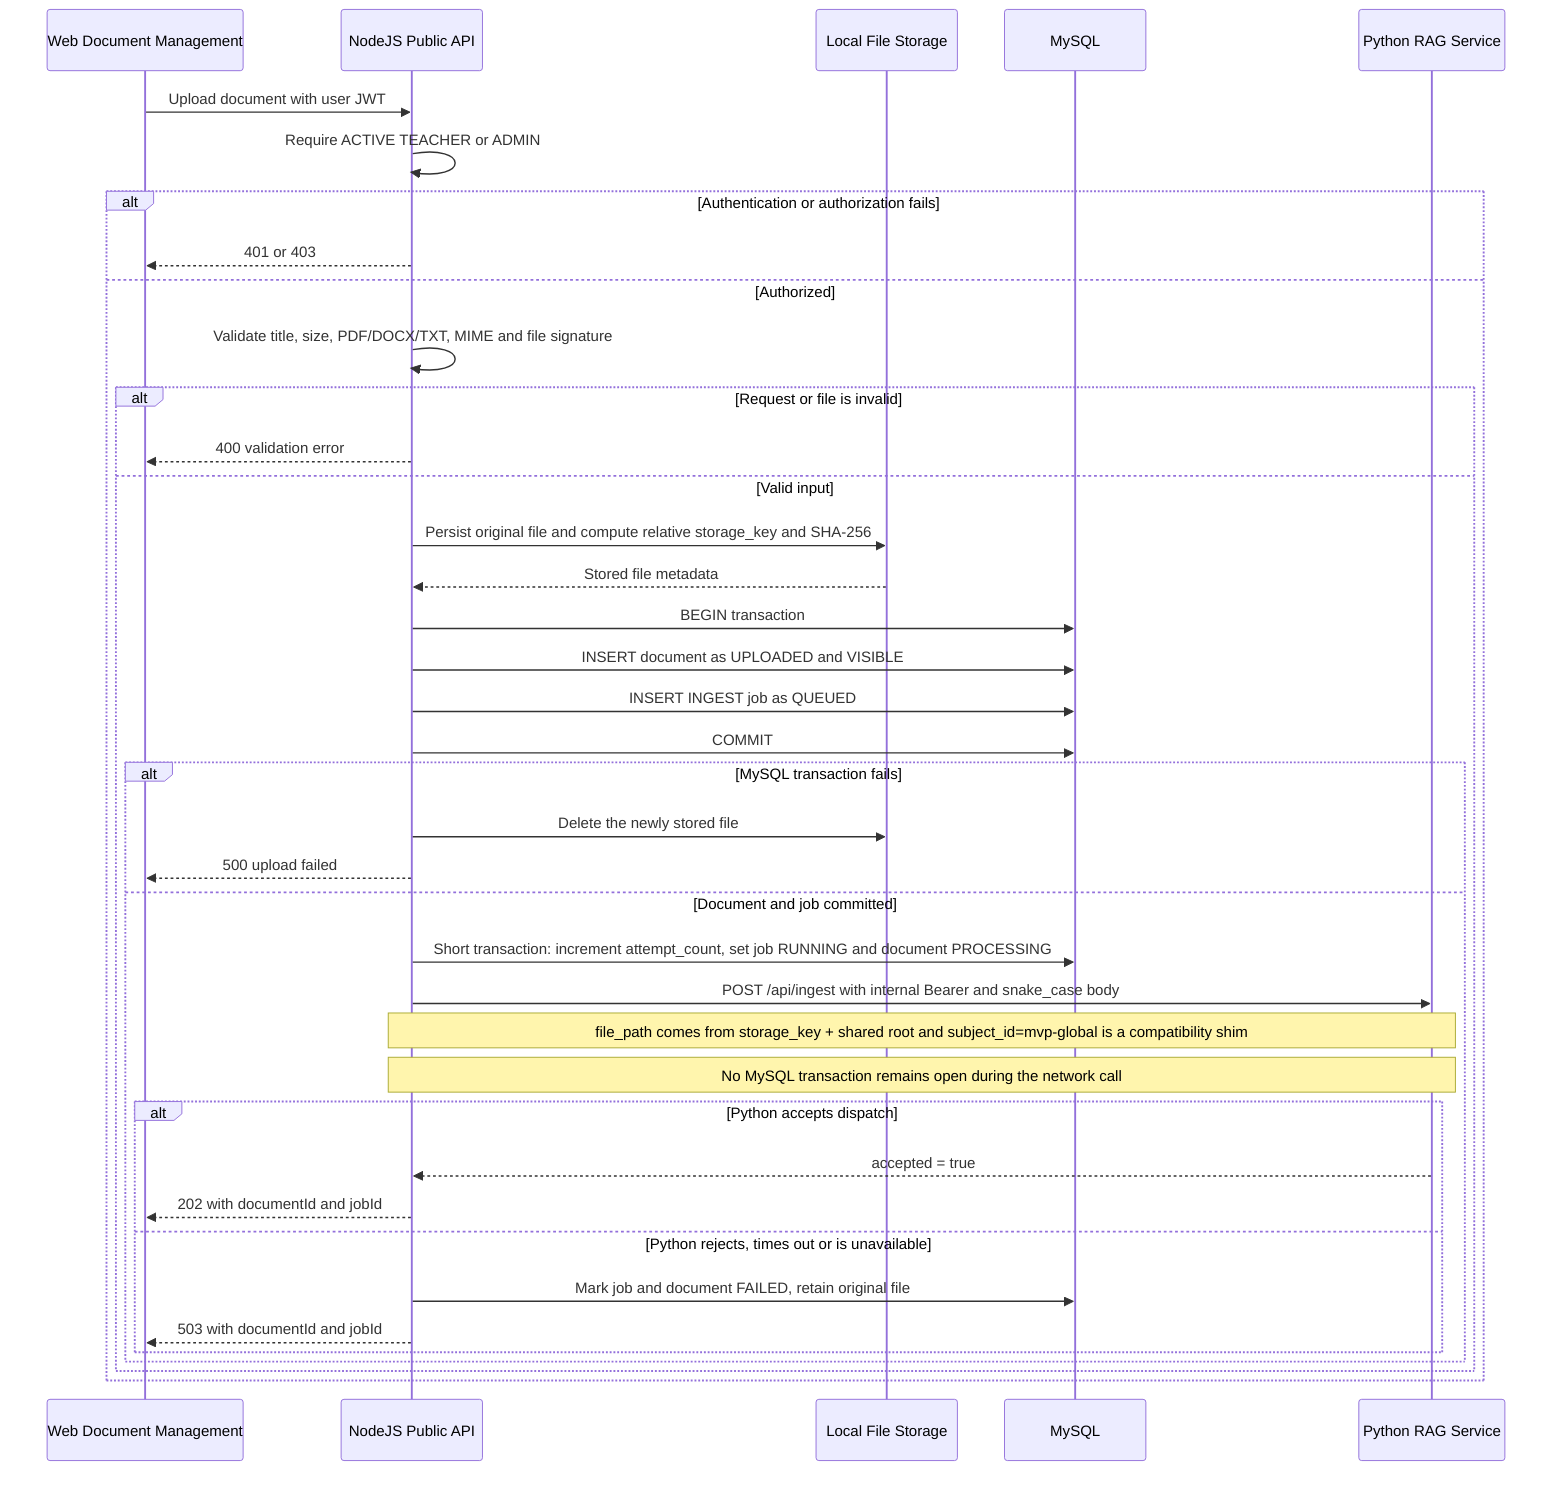
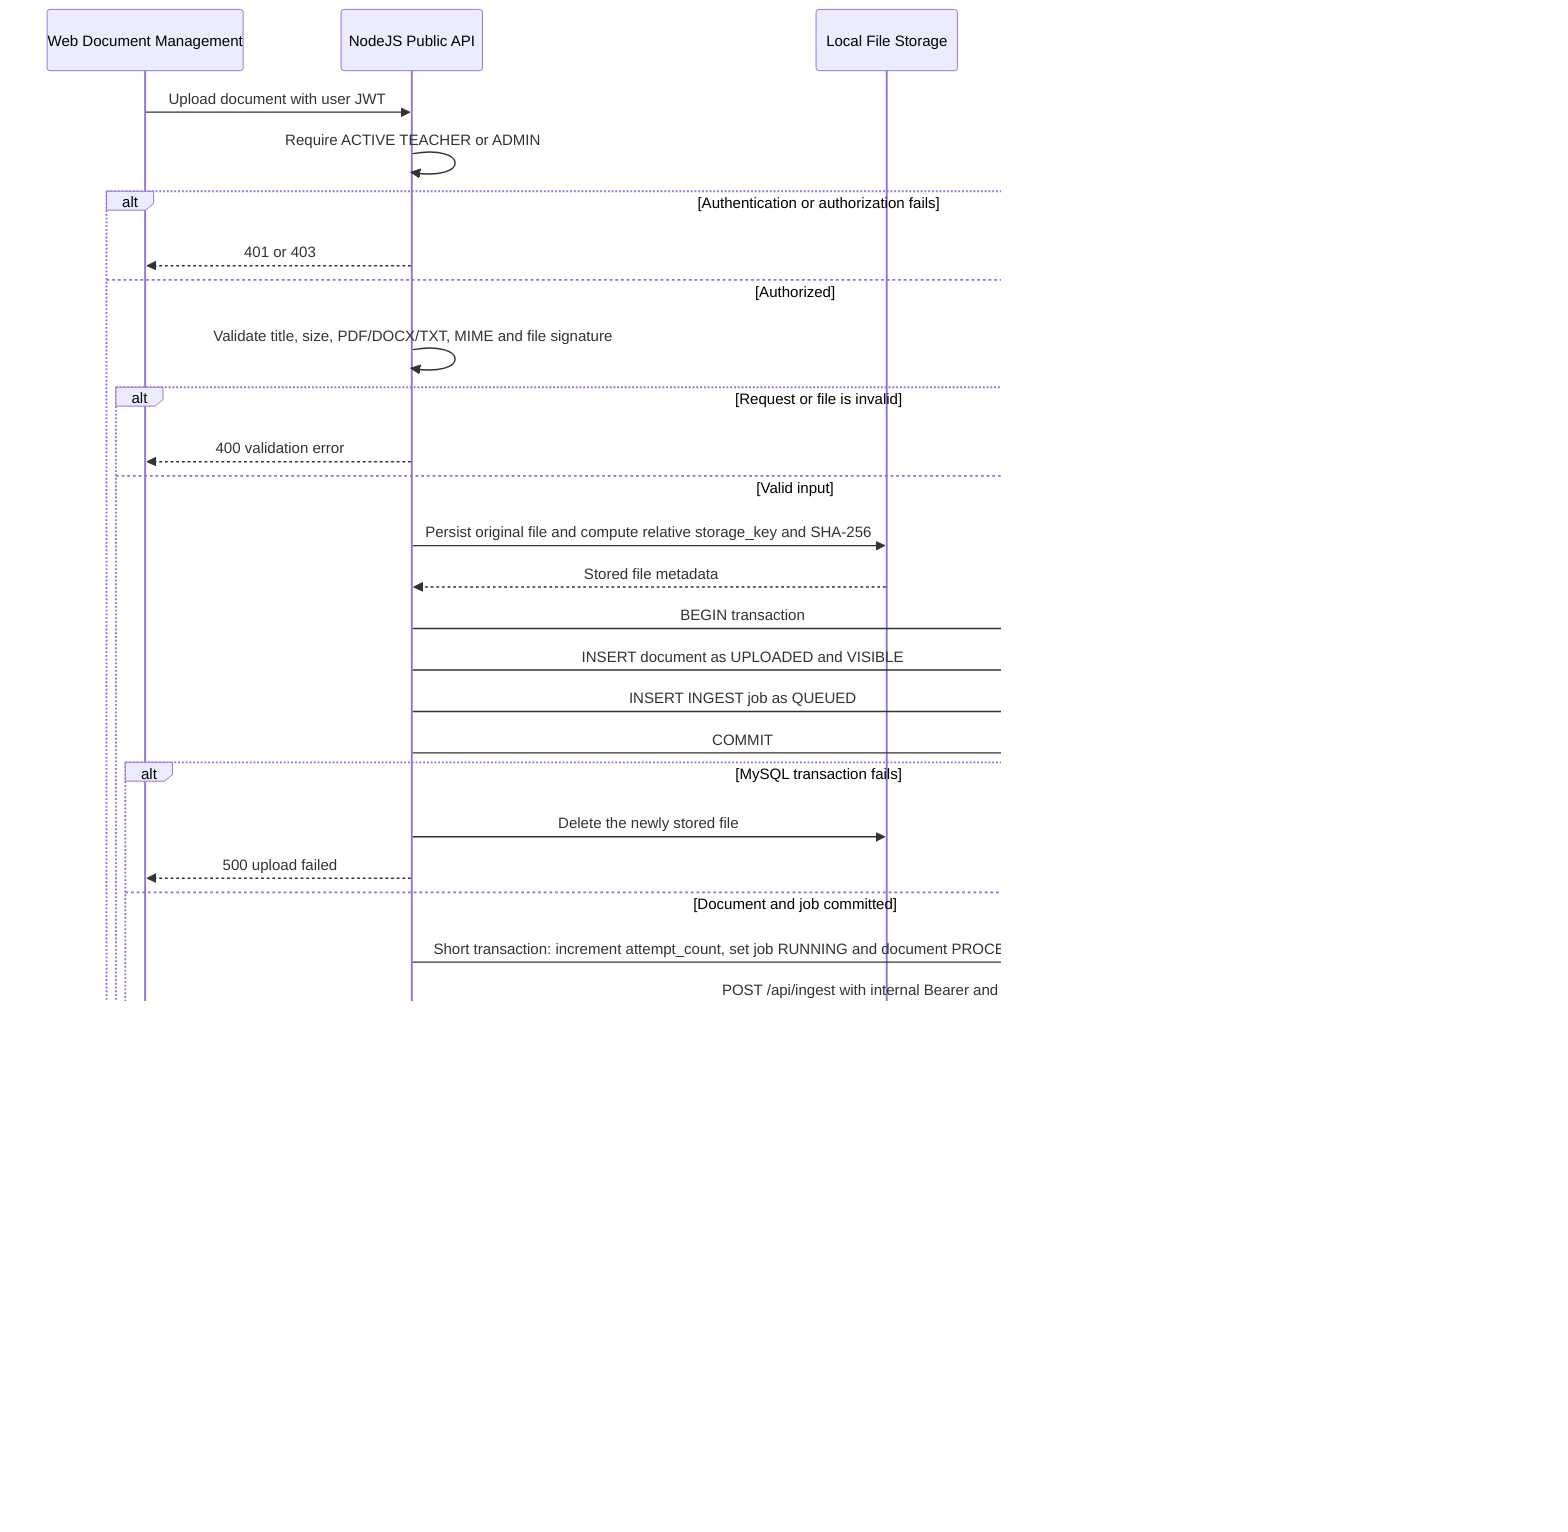
%% 01 Document upload | Detailed NodeJS/Core flow
sequenceDiagram
  participant Web as Web Document Management
  participant Node as NodeJS Public API
  participant Store as Local File Storage
  participant DB as MySQL
  participant RAG as Python RAG Service

  Web->>Node: Upload document with user JWT
  Node->>Node: Require ACTIVE TEACHER or ADMIN
  alt Authentication or authorization fails
    Node-->>Web: 401 or 403
  else Authorized
    Node->>Node: Validate title, size, PDF/DOCX/TXT, MIME and file signature
    alt Request or file is invalid
      Node-->>Web: 400 validation error
    else Valid input
      Node->>Store: Persist original file and compute relative storage_key and SHA-256
      Store-->>Node: Stored file metadata
      Node->>DB: BEGIN transaction
      Node->>DB: INSERT document as UPLOADED and VISIBLE
      Node->>DB: INSERT INGEST job as QUEUED
      Node->>DB: COMMIT
      alt MySQL transaction fails
        Node->>Store: Delete the newly stored file
        Node-->>Web: 500 upload failed
      else Document and job committed
        Node->>DB: Short transaction: increment attempt_count, set job RUNNING and document PROCESSING
        Node->>RAG: POST /api/ingest with internal Bearer and snake_case body
        Note over Node,RAG: file_path comes from storage_key + shared root and subject_id=mvp-global is a compatibility shim
+         Note over Node,RAG: teacher_metadata is empty so identity and authorization PII never enters Qdrant
        Note over Node,RAG: No MySQL transaction remains open during the network call
        alt Python accepts dispatch
          RAG-->>Node: accepted = true
          Node-->>Web: 202 with documentId and jobId
        else Python rejects, times out or is unavailable
          Node->>DB: Mark job and document FAILED, retain original file
          Node-->>Web: 503 with documentId and jobId
        end
      end
    end
  end
